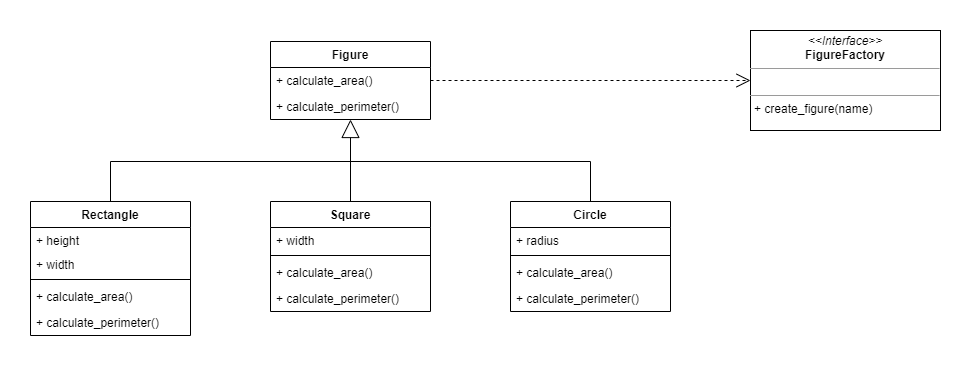
Above: Design Patterns/Creational_1_Factory_Method.png in 4LuckyMove/Education_Space_Lab (draw.io), before the change. Source tidied: cells renumbered, new cells last; positions are measured from the earlier drawing's top-left corner, leaving out a move shared by most shapes.
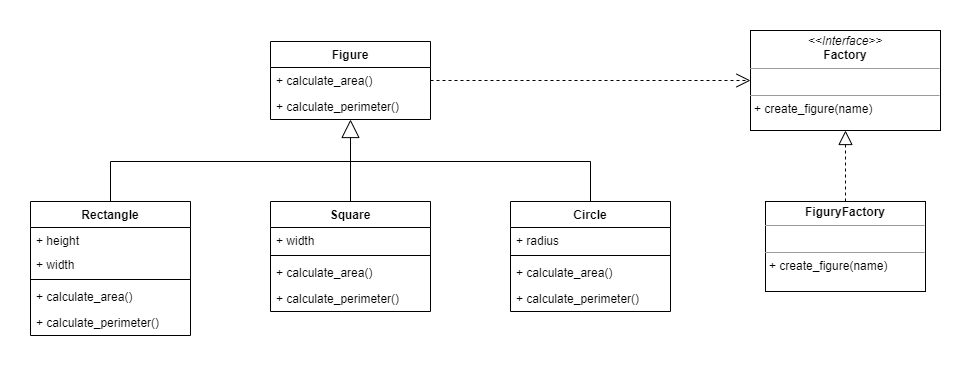
Above is the later version.

Commit message:
Добавил интерфейс к Продукту

Change to the diagram source:
```diff
@@ -91,7 +91,7 @@
         <mxPoint x="320" y="120" as="targetPoint" />
       </mxGeometry>
     </mxCell>
-    <mxCell id="28" value="&lt;p style=&quot;margin: 0px ; margin-top: 4px ; text-align: center&quot;&gt;&lt;i&gt;&amp;lt;&amp;lt;Interface&amp;gt;&amp;gt;&lt;/i&gt;&lt;br&gt;&lt;b&gt;FigureFactory&lt;/b&gt;&lt;br&gt;&lt;/p&gt;&lt;hr size=&quot;1&quot;&gt;&lt;p style=&quot;margin: 0px ; margin-left: 4px&quot;&gt;&lt;br&gt;&lt;/p&gt;&lt;hr size=&quot;1&quot;&gt;&lt;p style=&quot;margin: 0px ; margin-left: 4px&quot;&gt;+&amp;nbsp;create_figure(name)&lt;/p&gt;" style="verticalAlign=top;align=left;overflow=fill;fontSize=12;fontFamily=Helvetica;html=1;" parent="2" vertex="1">
+    <mxCell id="28" value="&lt;p style=&quot;margin: 0px ; margin-top: 4px ; text-align: center&quot;&gt;&lt;i&gt;&amp;lt;&amp;lt;Interface&amp;gt;&amp;gt;&lt;/i&gt;&lt;br&gt;&lt;b&gt;Factory&lt;/b&gt;&lt;br&gt;&lt;/p&gt;&lt;hr size=&quot;1&quot;&gt;&lt;p style=&quot;margin: 0px ; margin-left: 4px&quot;&gt;&lt;br&gt;&lt;/p&gt;&lt;hr size=&quot;1&quot;&gt;&lt;p style=&quot;margin: 0px ; margin-left: 4px&quot;&gt;+&amp;nbsp;create_figure(name)&lt;/p&gt;" style="verticalAlign=top;align=left;overflow=fill;fontSize=12;fontFamily=Helvetica;html=1;" parent="2" vertex="1">
       <mxGeometry x="720" width="190" height="100" as="geometry" />
     </mxCell>
     <mxCell id="29" style="endArrow=open;endSize=12;dashed=1;html=1;entryX=0;entryY=0.5;entryDx=0;entryDy=0;exitX=1;exitY=0.5;exitDx=0;exitDy=0;" parent="2" edge="1" source="5" target="28">
@@ -101,5 +101,11 @@
         </Array>
       </mxGeometry>
     </mxCell>
+    <mxCell id="30" value="&lt;p style=&quot;margin: 0px ; margin-top: 4px ; text-align: center&quot;&gt;&lt;b&gt;FiguryFactory&lt;/b&gt;&lt;/p&gt;&lt;hr size=&quot;1&quot;&gt;&lt;p style=&quot;margin: 0px ; margin-left: 4px&quot;&gt;&lt;br&gt;&lt;/p&gt;&lt;hr size=&quot;1&quot;&gt;&lt;p style=&quot;margin: 0px ; margin-left: 4px&quot;&gt;+ create_figure(name)&lt;/p&gt;" style="verticalAlign=top;align=left;overflow=fill;fontSize=12;fontFamily=Helvetica;html=1;" parent="2" vertex="1">
+      <mxGeometry x="735" y="171" width="160" height="90" as="geometry" />
+    </mxCell>
+    <mxCell id="31" style="endArrow=block;dashed=1;endFill=0;endSize=12;html=1;entryX=0.5;entryY=1;entryDx=0;entryDy=0;exitX=0.5;exitY=0;exitDx=0;exitDy=0;" parent="2" edge="1" source="30" target="28">
+      <mxGeometry relative="1" as="geometry" />
+    </mxCell>
   </root>
 </mxGraphModel>
```
